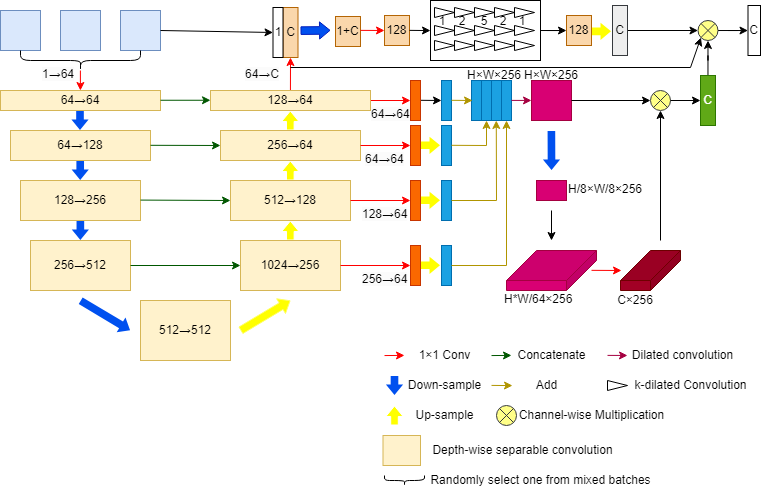
DemonH-p/self-study keeps this draw.io diagram as test.drawio.png. Above is the earlier version. Source tidied: cells renumbered, new cells last; positions are measured from the earlier drawing's top-left corner, leaving out a move shared by most shapes.
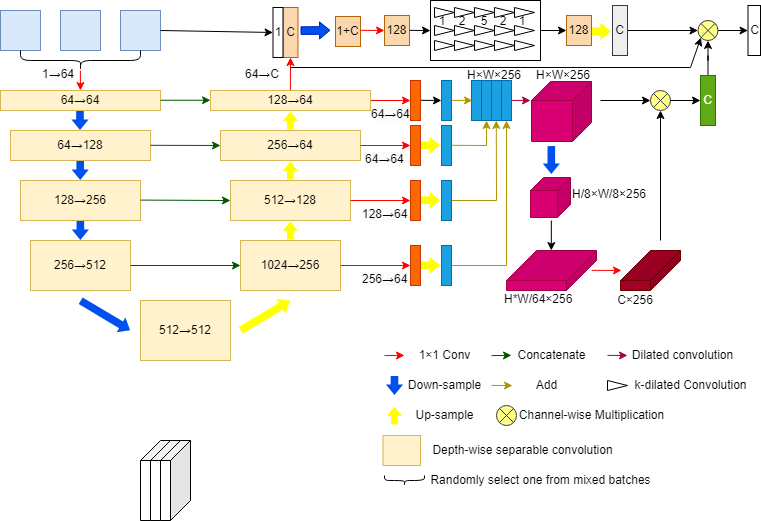
After the change.

Change to the diagram source:
```diff
@@ -262,14 +262,12 @@
         </Array>
       </mxGeometry>
     </mxCell>
-    <mxCell id="55" style="endArrow=classic;html=1;rounded=0;fillColor=#d80073;strokeColor=#A50040;" parent="1" edge="1" target="56">
+    <mxCell id="55" style="endArrow=classic;html=1;rounded=0;fillColor=#d80073;strokeColor=#A50040;" parent="1" edge="1">
       <mxGeometry relative="1" as="geometry">
         <mxPoint x="511" y="99.9" as="sourcePoint" />
+        <mxPoint x="530" y="100" as="targetPoint" />
       </mxGeometry>
     </mxCell>
-    <mxCell id="56" style="rounded=0;whiteSpace=wrap;html=1;fillColor=#d80073;fontColor=#ffffff;strokeColor=#A50040;" parent="1" vertex="1">
-      <mxGeometry x="531" y="80" width="40" height="40" as="geometry" />
-    </mxCell>
     <mxCell id="57" value="&lt;span style=&quot;color: rgb(0, 0, 0); font-family: Helvetica; font-size: 12px; font-style: normal; font-variant-ligatures: normal; font-variant-caps: normal; font-weight: 400; letter-spacing: normal; orphans: 2; text-align: center; text-indent: 0px; text-transform: none; widows: 2; word-spacing: 0px; -webkit-text-stroke-width: 0px; background-color: rgb(251, 251, 251); text-decoration-thickness: initial; text-decoration-style: initial; text-decoration-color: initial; float: none; display: inline !important;&quot;&gt;1→64&lt;/span&gt;" style="text;whiteSpace=wrap;html=1;" parent="1" vertex="1">
       <mxGeometry x="40" y="60" width="40" height="20" as="geometry" />
     </mxCell>
@@ -309,9 +307,6 @@
     <mxCell id="64" value="Up-sample" style="text;html=1;align=center;verticalAlign=middle;strokeColor=none;fillColor=none;" parent="1" vertex="1">
       <mxGeometry x="404" y="400" width="80" height="30" as="geometry" />
     </mxCell>
-    <mxCell id="65" style="rounded=0;whiteSpace=wrap;html=1;fillColor=#d80073;fontColor=#ffffff;strokeColor=#A50040;" parent="1" vertex="1">
-      <mxGeometry x="536" y="180" width="30" height="20" as="geometry" />
-    </mxCell>
     <mxCell id="66" style="shape=cube;whiteSpace=wrap;html=1;boundedLbl=1;backgroundOutline=1;darkOpacity=0.05;darkOpacity2=0.1;flipH=1;size=30;fillColor=#d80073;strokeColor=#A50040;fontColor=#ffffff;" parent="1" vertex="1">
       <mxGeometry x="506" y="250" width="90" height="40" as="geometry" />
     </mxCell>
@@ -320,8 +315,8 @@
     </mxCell>
     <mxCell id="68" style="endArrow=classic;html=1;rounded=0;fillColor=#e51400;strokeColor=#000000;" parent="1" edge="1">
       <mxGeometry relative="1" as="geometry">
-        <mxPoint x="551" y="210" as="sourcePoint" />
-        <mxPoint x="551" y="240" as="targetPoint" />
+        <mxPoint x="550.8" y="220" as="sourcePoint" />
+        <mxPoint x="550.8" y="250" as="targetPoint" />
       </mxGeometry>
     </mxCell>
     <mxCell id="69" style="endArrow=classic;html=1;rounded=0;fillColor=#e51400;strokeColor=#ff0000;" parent="1" edge="1">
@@ -379,10 +374,10 @@
       <mxGeometry x="622" y="340" width="120" height="30" as="geometry" />
     </mxCell>
     <mxCell id="83" value="&lt;span style=&quot;border-color: var(--border-color); color: rgb(0, 0, 0); font-family: Helvetica; font-size: 11px; font-style: normal; font-variant-ligatures: normal; font-variant-caps: normal; font-weight: 400; letter-spacing: normal; orphans: 2; text-align: center; text-indent: 0px; text-transform: none; widows: 2; word-spacing: 0px; -webkit-text-stroke-width: 0px; background-color: initial; text-decoration-thickness: initial; text-decoration-style: initial; text-decoration-color: initial;&quot;&gt;H×W×256&lt;/span&gt;" style="text;whiteSpace=wrap;html=1;" parent="1" vertex="1">
-      <mxGeometry x="522" y="61" width="54" height="20" as="geometry" />
+      <mxGeometry x="534" y="61" width="54" height="20" as="geometry" />
     </mxCell>
     <mxCell id="84" value="&lt;span style=&quot;border-color: var(--border-color); color: rgb(0, 0, 0); font-family: Helvetica; font-size: 11px; font-style: normal; font-variant-ligatures: normal; font-variant-caps: normal; font-weight: 400; letter-spacing: normal; orphans: 2; text-align: center; text-indent: 0px; text-transform: none; widows: 2; word-spacing: 0px; -webkit-text-stroke-width: 0px; background-color: initial; text-decoration-thickness: initial; text-decoration-style: initial; text-decoration-color: initial;&quot;&gt;H/8×W/8×256&lt;/span&gt;" style="text;whiteSpace=wrap;html=1;" parent="1" vertex="1">
-      <mxGeometry x="566" y="175" width="74" height="20" as="geometry" />
+      <mxGeometry x="570" y="180" width="74" height="20" as="geometry" />
     </mxCell>
     <mxCell id="85" value="&lt;span style=&quot;border-color: var(--border-color); color: rgb(0, 0, 0); font-family: Helvetica; font-size: 11px; font-style: normal; font-variant-ligatures: normal; font-variant-caps: normal; font-weight: 400; letter-spacing: normal; orphans: 2; text-align: center; text-indent: 0px; text-transform: none; widows: 2; word-spacing: 0px; -webkit-text-stroke-width: 0px; background-color: initial; text-decoration-thickness: initial; text-decoration-style: initial; text-decoration-color: initial;&quot;&gt;H*W/64×256&lt;/span&gt;" style="text;whiteSpace=wrap;html=1;" parent="1" vertex="1">
       <mxGeometry x="502" y="285" width="74" height="20" as="geometry" />
@@ -395,9 +390,6 @@
         <mxPoint x="660" y="240" as="sourcePoint" />
       </mxGeometry>
     </mxCell>
-    <mxCell id="88" style="endArrow=classic;html=1;rounded=0;fillColor=#e51400;strokeColor=#000000;exitX=1;exitY=0.5;exitDx=0;exitDy=0;entryX=0;entryY=0.5;entryDx=0;entryDy=0;" parent="1" edge="1" source="56" target="86">
-      <mxGeometry relative="1" as="geometry" />
-    </mxCell>
     <mxCell id="89" style="endArrow=classic;html=1;rounded=0;fillColor=#e51400;strokeColor=#000000;exitX=1;exitY=0.5;exitDx=0;exitDy=0;" parent="1" edge="1">
       <mxGeometry relative="1" as="geometry">
         <mxPoint x="670" y="100" as="sourcePoint" />
@@ -569,10 +561,11 @@
     </mxCell>
     <mxCell id="137" style="shape=flexArrow;endArrow=classic;html=1;rounded=0;fillColor=#0050ef;strokeColor=none;endWidth=8.571428571428571;endSize=3.157142857142857;width=7.619047619047619;" parent="1" edge="1">
       <mxGeometry relative="1" as="geometry">
-        <mxPoint x="550.9" y="130" as="sourcePoint" />
-        <mxPoint x="551" y="170" as="targetPoint" />
+        <mxPoint x="550.8" y="145" as="sourcePoint" />
+        <mxPoint x="550.8" y="174" as="targetPoint" />
         <Array as="points">
-          <mxPoint x="550.9" y="130" />
+          <mxPoint x="551.2" y="155" />
+          <mxPoint x="550.8" y="145" />
         </Array>
       </mxGeometry>
     </mxCell>
@@ -582,5 +575,26 @@
     <mxCell id="139" value="Randomly select one from mixed batches" style="text;html=1;align=center;verticalAlign=middle;strokeColor=none;fillColor=none;" parent="1" vertex="1">
       <mxGeometry x="420" y="465" width="240" height="30" as="geometry" />
     </mxCell>
+    <mxCell id="140" style="shape=cube;whiteSpace=wrap;html=1;boundedLbl=1;backgroundOutline=1;darkOpacity=0.05;darkOpacity2=0.1;flipH=1;flipV=0;" parent="1" vertex="1">
+      <mxGeometry x="140" y="440" width="30" height="80" as="geometry" />
+    </mxCell>
+    <mxCell id="141" style="shape=cube;whiteSpace=wrap;html=1;boundedLbl=1;backgroundOutline=1;darkOpacity=0.05;darkOpacity2=0.1;flipH=1;flipV=0;" parent="1" vertex="1">
+      <mxGeometry x="150" y="440" width="30" height="80" as="geometry" />
+    </mxCell>
+    <mxCell id="142" style="shape=cube;whiteSpace=wrap;html=1;boundedLbl=1;backgroundOutline=1;darkOpacity=0.05;darkOpacity2=0.1;flipH=1;flipV=0;" parent="1" vertex="1">
+      <mxGeometry x="160" y="440" width="30" height="80" as="geometry" />
+    </mxCell>
+    <mxCell id="143" style="shape=cube;whiteSpace=wrap;html=1;boundedLbl=1;backgroundOutline=1;darkOpacity=0.05;darkOpacity2=0.1;flipH=1;flipV=0;size=19;fillColor=#d80073;fontColor=#ffffff;strokeColor=#A50040;" parent="1" vertex="1">
+      <mxGeometry x="531" y="81" width="60" height="60" as="geometry" />
+    </mxCell>
+    <mxCell id="144" style="shape=cube;whiteSpace=wrap;html=1;boundedLbl=1;backgroundOutline=1;darkOpacity=0.05;darkOpacity2=0.1;flipH=1;flipV=0;size=13;fillColor=#d80073;fontColor=#ffffff;strokeColor=#A50040;" parent="1" vertex="1">
+      <mxGeometry x="530" y="177" width="40" height="40" as="geometry" />
+    </mxCell>
+    <mxCell id="145" style="endArrow=classic;html=1;rounded=0;fillColor=#e51400;strokeColor=#000000;" parent="1" edge="1">
+      <mxGeometry relative="1" as="geometry">
+        <mxPoint x="600" y="100" as="sourcePoint" />
+        <mxPoint x="650" y="100" as="targetPoint" />
+      </mxGeometry>
+    </mxCell>
   </root>
 </mxGraphModel>
```
